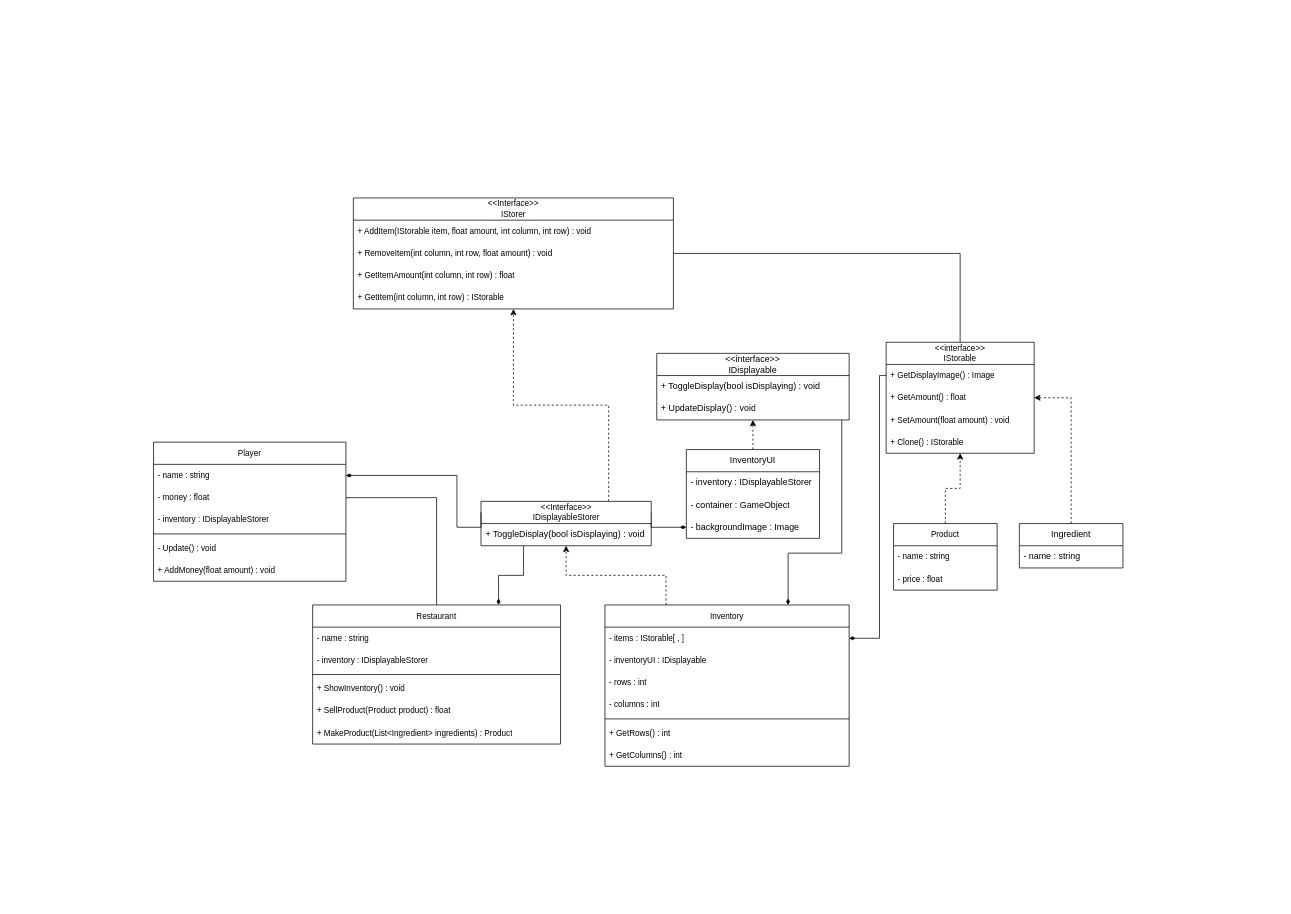
jdw678/TheRestaurant keeps this draw.io diagram as Documents/Week 1 (5.9.25 - 5.16.25)/drawio/Design2.drawio. Above is the earlier version. Source tidied: cells renumbered, new cells numbered last; positions are measured from the earlier drawing's top-left corner, leaving out a move shared by most shapes. Both pictures are drawn from the tidied source at 74%, with x=0, y=0 at pixel (153, 198).
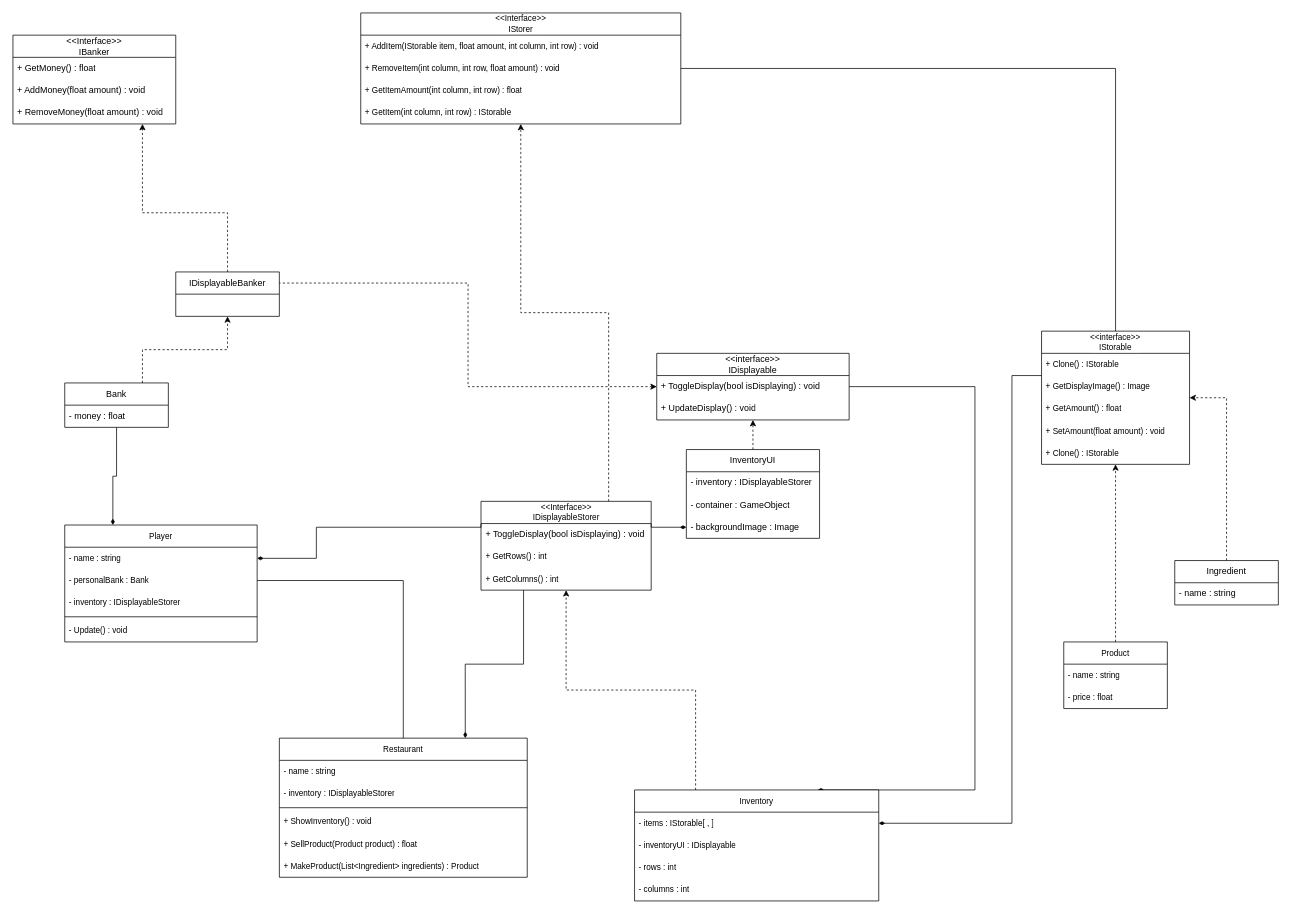
After the change.

Unchanged cells that the change refers to:
```xml
<mxCell id="11" value="- items : IStorable[ , ]" style="text;strokeColor=none;fillColor=none;align=left;verticalAlign=middle;spacingLeft=4;spacingRight=4;overflow=hidden;points=[[0,0.5],[1,0.5]];portConstraint=eastwest;whiteSpace=wrap;html=1;fontFamily=Helvetica;fontSize=11;fontColor=default;labelBackgroundColor=default;" parent="10" vertex="1">
  <mxGeometry y="30" width="330" height="30" as="geometry" />
</mxCell>
<mxCell id="29" value="&amp;lt;&amp;lt;interface&amp;gt;&amp;gt;&lt;div&gt;IDisplayable&lt;/div&gt;" style="swimlane;fontStyle=0;horizontal=1;startSize=30;whiteSpace=wrap;html=1;" parent="1" vertex="1">
  <mxGeometry x="680" y="210" width="260" height="90" as="geometry" />
</mxCell>
<mxCell id="30" value="+ ToggleDisplay(bool isDisplaying) : void" style="text;strokeColor=none;fillColor=none;align=left;verticalAlign=middle;spacingLeft=4;spacingRight=4;overflow=hidden;points=[[0,0.5],[1,0.5]];portConstraint=eastwest;whiteSpace=wrap;html=1;" parent="29" vertex="1">
  <mxGeometry y="30" width="260" height="30" as="geometry" />
</mxCell>
<mxCell id="47" value="- name : string" style="text;strokeColor=none;fillColor=none;align=left;verticalAlign=middle;spacingLeft=4;spacingRight=4;overflow=hidden;points=[[0,0.5],[1,0.5]];portConstraint=eastwest;whiteSpace=wrap;html=1;fontFamily=Helvetica;fontSize=11;fontColor=default;labelBackgroundColor=default;" parent="46" vertex="1">
  <mxGeometry y="30" width="260" height="30" as="geometry" />
</mxCell>
```

What changed in the source:
```diff
@@
     <mxCell id="3" value="Product" style="swimlane;fontStyle=0;horizontal=1;startSize=30;whiteSpace=wrap;html=1;fontFamily=Helvetica;fontSize=11;fontColor=default;labelBackgroundColor=default;" parent="1" vertex="1">
-      <mxGeometry x="1000" y="440" width="140" height="90" as="geometry" />
+      <mxGeometry x="1230" y="600" width="140" height="90" as="geometry" />
     </mxCell>
@@
     <mxCell id="7" style="edgeStyle=orthogonalEdgeStyle;shape=connector;rounded=0;jettySize=auto;html=1;exitX=0.25;exitY=0;exitDx=0;exitDy=0;entryX=0.5;entryY=1;entryDx=0;entryDy=0;strokeColor=default;align=center;verticalAlign=middle;fontFamily=Helvetica;fontSize=11;fontColor=default;labelBackgroundColor=default;startFill=0;endArrow=classic;dashed=1;endFill=1;" parent="1" edge="1" source="10" target="36">
-      <mxGeometry relative="1" as="geometry" />
+      <mxGeometry relative="1" as="geometry">
+        <Array as="points">
+          <mxPoint x="732" y="665" />
+          <mxPoint x="558" y="665" />
+        </Array>
+      </mxGeometry>
     </mxCell>
     <mxCell id="8" style="edgeStyle=orthogonalEdgeStyle;rounded=0;jettySize=auto;html=1;exitX=0.75;exitY=0;exitDx=0;exitDy=0;endArrow=none;startFill=1;startArrow=diamondThin;" parent="1" edge="1" source="10" target="29">
       <mxGeometry relative="1" as="geometry">
         <Array as="points">
-          <mxPoint x="858" y="480" />
-          <mxPoint x="930" y="480" />
+          <mxPoint x="1110" y="800" />
+          <mxPoint x="1110" y="255" />
         </Array>
       </mxGeometry>
     </mxCell>
@@
     <mxCell id="10" value="Inventory" style="swimlane;fontStyle=0;horizontal=1;startSize=30;whiteSpace=wrap;html=1;fontFamily=Helvetica;fontSize=11;fontColor=default;labelBackgroundColor=default;" parent="1" vertex="1">
-      <mxGeometry x="610" y="550" width="330" height="218" as="geometry" />
+      <mxGeometry x="650" y="800" width="330" height="150" as="geometry" />
     </mxCell>
@@
-    <mxCell id="15" style="line;html=1;strokeWidth=1;align=left;verticalAlign=middle;spacingTop=-1;spacingLeft=3;spacingRight=3;labelPosition=right;" parent="10" vertex="1">
-      <mxGeometry y="150" width="330" height="8" as="geometry" />
-    </mxCell>
-    <mxCell id="16" value="+ GetRows() : int" style="text;strokeColor=none;fillColor=none;align=left;verticalAlign=middle;spacingLeft=4;spacingRight=4;overflow=hidden;whiteSpace=wrap;html=1;fontFamily=Helvetica;fontSize=11;fontColor=default;labelBackgroundColor=default;" parent="10" vertex="1">
-      <mxGeometry y="158" width="330" height="30" as="geometry" />
-    </mxCell>
-    <mxCell id="17" value="+ GetColumns() : int" style="text;strokeColor=none;fillColor=none;align=left;verticalAlign=middle;spacingLeft=4;spacingRight=4;overflow=hidden;whiteSpace=wrap;html=1;fontFamily=Helvetica;fontSize=11;fontColor=default;labelBackgroundColor=default;" parent="10" vertex="1">
-      <mxGeometry y="188" width="330" height="30" as="geometry" />
-    </mxCell>
     <mxCell id="18" value="&amp;lt;&amp;lt;Interface&amp;gt;&amp;gt;&lt;div&gt;IStorer&lt;/div&gt;" style="swimlane;fontStyle=0;horizontal=1;startSize=30;whiteSpace=wrap;html=1;fontFamily=Helvetica;fontSize=11;fontColor=default;labelBackgroundColor=default;" parent="1" vertex="1">
-      <mxGeometry x="270" width="432.5" height="150" as="geometry" />
+      <mxGeometry x="280" y="-250" width="432.5" height="150" as="geometry" />
     </mxCell>
@@
     <mxCell id="23" value="&lt;div&gt;&amp;lt;&amp;lt;interface&amp;gt;&amp;gt;&lt;/div&gt;IStorable" style="swimlane;fontStyle=0;horizontal=1;startSize=30;whiteSpace=wrap;html=1;fontFamily=Helvetica;fontSize=11;fontColor=default;labelBackgroundColor=default;" parent="1" vertex="1">
-      <mxGeometry x="990" y="195" width="200" height="150" as="geometry" />
+      <mxGeometry x="1200" y="180" width="200" height="180" as="geometry" />
     </mxCell>
+    <mxCell id="60" value="+ Clone() : IStorable" style="text;strokeColor=none;fillColor=none;align=left;verticalAlign=middle;spacingLeft=4;spacingRight=4;overflow=hidden;whiteSpace=wrap;html=1;fontFamily=Helvetica;fontSize=11;fontColor=default;labelBackgroundColor=default;" parent="23" vertex="1">
+      <mxGeometry y="30" width="200" height="30" as="geometry" />
+    </mxCell>
     <mxCell id="24" value="+ GetDisplayImage() : Image" style="text;strokeColor=none;fillColor=none;align=left;verticalAlign=middle;spacingLeft=4;spacingRight=4;overflow=hidden;whiteSpace=wrap;html=1;fontFamily=Helvetica;fontSize=11;fontColor=default;labelBackgroundColor=default;" parent="23" vertex="1">
-      <mxGeometry y="30" width="200" height="30" as="geometry" />
+      <mxGeometry y="60" width="200" height="30" as="geometry" />
     </mxCell>
     <mxCell id="25" value="+ GetAmount() : float" style="text;strokeColor=none;fillColor=none;align=left;verticalAlign=middle;spacingLeft=4;spacingRight=4;overflow=hidden;whiteSpace=wrap;html=1;fontFamily=Helvetica;fontSize=11;fontColor=default;labelBackgroundColor=default;" parent="23" vertex="1">
-      <mxGeometry y="60" width="200" height="30" as="geometry" />
+      <mxGeometry y="90" width="200" height="30" as="geometry" />
     </mxCell>
     <mxCell id="26" value="+ SetAmount(float amount) : void" style="text;strokeColor=none;fillColor=none;align=left;verticalAlign=middle;spacingLeft=4;spacingRight=4;overflow=hidden;whiteSpace=wrap;html=1;fontFamily=Helvetica;fontSize=11;fontColor=default;labelBackgroundColor=default;" parent="23" vertex="1">
-      <mxGeometry y="90" width="200" height="30" as="geometry" />
+      <mxGeometry y="120" width="200" height="30" as="geometry" />
     </mxCell>
     <mxCell id="27" value="+ Clone() : IStorable" style="text;strokeColor=none;fillColor=none;align=left;verticalAlign=middle;spacingLeft=4;spacingRight=4;overflow=hidden;whiteSpace=wrap;html=1;fontFamily=Helvetica;fontSize=11;fontColor=default;labelBackgroundColor=default;" parent="23" vertex="1">
-      <mxGeometry y="120" width="200" height="30" as="geometry" />
+      <mxGeometry y="150" width="200" height="30" as="geometry" />
     </mxCell>
@@
     <mxCell id="33" value="Ingredient" style="swimlane;fontStyle=0;horizontal=1;startSize=30;whiteSpace=wrap;html=1;" parent="1" vertex="1">
-      <mxGeometry x="1170" y="440" width="140" height="60" as="geometry" />
+      <mxGeometry x="1380" y="490" width="140" height="60" as="geometry" />
     </mxCell>
@@
     <mxCell id="35" style="edgeStyle=orthogonalEdgeStyle;rounded=0;jettySize=auto;html=1;exitX=1;exitY=0.5;exitDx=0;exitDy=0;endArrow=none;startFill=1;startArrow=diamondThin;" parent="1" edge="1" source="11" target="23">
       <mxGeometry relative="1" as="geometry">
         <Array as="points">
-          <mxPoint x="981" y="595" />
-          <mxPoint x="981" y="240" />
+          <mxPoint x="1160" y="845" />
+          <mxPoint x="1160" y="240" />
         </Array>
       </mxGeometry>
     </mxCell>
     <mxCell id="36" value="&lt;div&gt;&amp;lt;&amp;lt;Interface&amp;gt;&amp;gt;&lt;/div&gt;IDisplayableStorer" style="swimlane;fontStyle=0;horizontal=1;startSize=30;whiteSpace=wrap;html=1;fontFamily=Helvetica;fontSize=11;fontColor=default;labelBackgroundColor=default;" parent="1" vertex="1">
-      <mxGeometry x="442.5" y="410" width="230" height="60" as="geometry" />
+      <mxGeometry x="442.5" y="410" width="230" height="120" as="geometry" />
     </mxCell>
@@
+    <mxCell id="16" value="+ GetRows() : int" style="text;strokeColor=none;fillColor=none;align=left;verticalAlign=middle;spacingLeft=4;spacingRight=4;overflow=hidden;whiteSpace=wrap;html=1;fontFamily=Helvetica;fontSize=11;fontColor=default;labelBackgroundColor=default;" parent="36" vertex="1">
+      <mxGeometry y="60" width="230" height="30" as="geometry" />
+    </mxCell>
+    <mxCell id="17" value="+ GetColumns() : int" style="text;strokeColor=none;fillColor=none;align=left;verticalAlign=middle;spacingLeft=4;spacingRight=4;overflow=hidden;whiteSpace=wrap;html=1;fontFamily=Helvetica;fontSize=11;fontColor=default;labelBackgroundColor=default;" parent="36" vertex="1">
+      <mxGeometry y="90" width="230" height="30" as="geometry" />
+    </mxCell>
@@
     <mxCell id="39" value="Restaurant" style="swimlane;fontStyle=0;horizontal=1;startSize=30;whiteSpace=wrap;html=1;fontFamily=Helvetica;fontSize=11;fontColor=default;labelBackgroundColor=default;" parent="1" vertex="1">
-      <mxGeometry x="215" y="550" width="335" height="188" as="geometry" />
+      <mxGeometry x="170" y="730" width="335" height="188" as="geometry" />
     </mxCell>
@@
+    <mxCell id="61" style="edgeStyle=orthogonalEdgeStyle;rounded=0;jettySize=auto;html=1;exitX=0.25;exitY=0;exitDx=0;exitDy=0;endArrow=none;startFill=1;startArrow=diamondThin;" parent="1" edge="1" source="46" target="67">
+      <mxGeometry relative="1" as="geometry" />
+    </mxCell>
     <mxCell id="46" value="Player" style="swimlane;fontStyle=0;horizontal=1;startSize=30;whiteSpace=wrap;html=1;fontFamily=Helvetica;fontSize=11;fontColor=default;labelBackgroundColor=default;" parent="1" vertex="1">
-      <mxGeometry y="330" width="260" height="188" as="geometry" />
+      <mxGeometry x="-120" y="442" width="260" height="158" as="geometry" />
     </mxCell>
@@
-    <mxCell id="48" value="- money : float" style="text;strokeColor=none;fillColor=none;align=left;verticalAlign=middle;spacingLeft=4;spacingRight=4;overflow=hidden;points=[[0,0.5],[1,0.5]];portConstraint=eastwest;whiteSpace=wrap;html=1;fontFamily=Helvetica;fontSize=11;fontColor=default;labelBackgroundColor=default;" parent="46" vertex="1">
+    <mxCell id="48" value="- personalBank : Bank" style="text;strokeColor=none;fillColor=none;align=left;verticalAlign=middle;spacingLeft=4;spacingRight=4;overflow=hidden;points=[[0,0.5],[1,0.5]];portConstraint=eastwest;whiteSpace=wrap;html=1;fontFamily=Helvetica;fontSize=11;fontColor=default;labelBackgroundColor=default;" parent="46" vertex="1">
       <mxGeometry y="60" width="260" height="30" as="geometry" />
     </mxCell>
@@
-    <mxCell id="52" value="+ AddMoney(float amount) : void" style="text;strokeColor=none;fillColor=none;align=left;verticalAlign=middle;spacingLeft=4;spacingRight=4;overflow=hidden;whiteSpace=wrap;html=1;fontFamily=Helvetica;fontSize=11;fontColor=default;labelBackgroundColor=default;" parent="46" vertex="1">
-      <mxGeometry y="158" width="260" height="30" as="geometry" />
-    </mxCell>
@@
     <mxCell id="54" style="edgeStyle=orthogonalEdgeStyle;shape=connector;rounded=0;jettySize=auto;html=1;exitX=1;exitY=0.5;exitDx=0;exitDy=0;entryX=0;entryY=0.25;entryDx=0;entryDy=0;strokeColor=default;align=center;verticalAlign=middle;fontFamily=Helvetica;fontSize=11;fontColor=default;labelBackgroundColor=default;startFill=1;endArrow=none;startArrow=diamondThin;" parent="1" edge="1" source="47" target="36">
       <mxGeometry relative="1" as="geometry">
         <Array as="points">
-          <mxPoint x="410" y="375" />
-          <mxPoint x="410" y="445" />
+          <mxPoint x="220" y="487" />
+          <mxPoint x="220" y="445" />
+          <mxPoint x="442" y="445" />
         </Array>
       </mxGeometry>
     </mxCell>
@@
+    <mxCell id="62" value="&amp;lt;&amp;lt;Interface&amp;gt;&amp;gt;&lt;div&gt;IBanker&lt;/div&gt;" style="swimlane;fontStyle=0;horizontal=1;startSize=30;whiteSpace=wrap;html=1;" parent="1" vertex="1">
+      <mxGeometry x="-190" y="-220" width="220" height="120" as="geometry" />
+    </mxCell>
+    <mxCell id="63" value="+ GetMoney() : float" style="text;strokeColor=none;fillColor=none;align=left;verticalAlign=middle;spacingLeft=4;spacingRight=4;overflow=hidden;whiteSpace=wrap;html=1;" parent="62" vertex="1">
+      <mxGeometry y="30" width="220" height="30" as="geometry" />
+    </mxCell>
+    <mxCell id="52" value="+ AddMoney(float amount) : void" style="text;strokeColor=none;fillColor=none;align=left;verticalAlign=middle;spacingLeft=4;spacingRight=4;overflow=hidden;whiteSpace=wrap;html=1;" parent="62" vertex="1">
+      <mxGeometry y="60" width="220" height="30" as="geometry" />
+    </mxCell>
+    <mxCell id="64" value="+ RemoveMoney(float amount) : void" style="text;strokeColor=none;fillColor=none;align=left;verticalAlign=middle;spacingLeft=4;spacingRight=4;overflow=hidden;whiteSpace=wrap;html=1;" parent="62" vertex="1">
+      <mxGeometry y="90" width="220" height="30" as="geometry" />
+    </mxCell>
+    <mxCell id="65" style="edgeStyle=orthogonalEdgeStyle;rounded=0;jettySize=auto;html=1;dashed=1;" parent="1" edge="1" source="69" target="62">
+      <mxGeometry relative="1" as="geometry">
+        <Array as="points">
+          <mxPoint x="100" y="20" />
+          <mxPoint x="-15" y="20" />
+        </Array>
+      </mxGeometry>
+    </mxCell>
+    <mxCell id="66" style="edgeStyle=orthogonalEdgeStyle;rounded=0;jettySize=auto;html=1;exitX=0.75;exitY=0;exitDx=0;exitDy=0;dashed=1;" parent="1" edge="1" source="67" target="69">
+      <mxGeometry relative="1" as="geometry" />
+    </mxCell>
+    <mxCell id="67" value="Bank" style="swimlane;fontStyle=0;horizontal=1;startSize=30;whiteSpace=wrap;html=1;" parent="1" vertex="1">
+      <mxGeometry x="-120" y="250" width="140" height="60" as="geometry" />
+    </mxCell>
+    <mxCell id="68" value="- money : float" style="text;strokeColor=none;fillColor=none;align=left;verticalAlign=middle;spacingLeft=4;spacingRight=4;overflow=hidden;whiteSpace=wrap;html=1;" parent="67" vertex="1">
+      <mxGeometry y="30" width="140" height="30" as="geometry" />
+    </mxCell>
+    <mxCell id="69" value="IDisplayableBanker" style="swimlane;fontStyle=0;horizontal=1;startSize=30;whiteSpace=wrap;html=1;" parent="1" vertex="1">
+      <mxGeometry x="30" y="100" width="140" height="60" as="geometry" />
+    </mxCell>
+    <mxCell id="70" style="edgeStyle=orthogonalEdgeStyle;rounded=0;jettySize=auto;html=1;exitX=0;exitY=0.5;exitDx=0;exitDy=0;entryX=1;entryY=0.25;entryDx=0;entryDy=0;endArrow=none;startFill=1;startArrow=classic;dashed=1;" parent="1" edge="1" source="30" target="69">
+      <mxGeometry relative="1" as="geometry" />
+    </mxCell>
```
